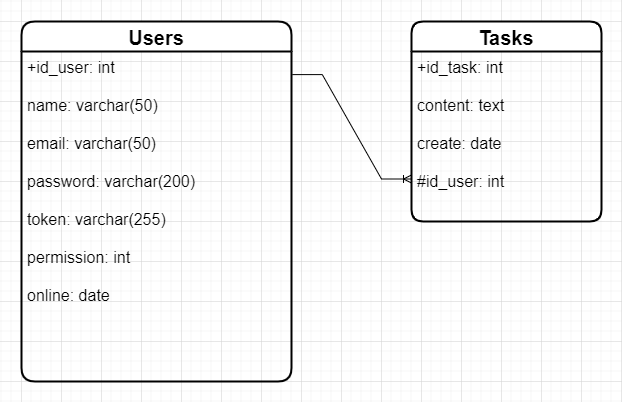
Earlier version of the draw.io export database/ERD_ToDoApp.drawio.png (ducna0610/to-do-app). Source tidied: cells renumbered, new cells last; positions are measured from the earlier drawing's top-left corner, leaving out a move shared by most shapes. Source of this version:
```xml
<mxGraphModel>
  <root>
    <mxCell id="0" />
    <mxCell id="1" parent="0" />
    <mxCell id="2" value="Users" style="swimlane;horizontal=1;startSize=30;rounded=1;fontSize=20;fontStyle=1;strokeWidth=2;shadow=0;dashed=0;align=center;" parent="1" vertex="1">
      <mxGeometry width="270" height="360" as="geometry" />
    </mxCell>
    <mxCell id="3" value="+id_user: int&#10;&#10;name: varchar(50)&#10;&#10;email: varchar(50)&#10;&#10;password: varchar(200)&#10;&#10;token: varchar(255)&#10;&#10;permission: int&#10;&#10;online: date" style="align=left;strokeColor=none;fillColor=none;spacingLeft=4;fontSize=16;verticalAlign=top;" parent="2" vertex="1">
      <mxGeometry y="30" width="270" height="330" as="geometry" />
    </mxCell>
    <mxCell id="4" value="Tasks" style="swimlane;horizontal=1;startSize=30;rounded=1;fontSize=20;fontStyle=1;strokeWidth=2;shadow=0;dashed=0;align=center;arcSize=13;" parent="1" vertex="1">
      <mxGeometry x="390" width="190" height="200" as="geometry" />
    </mxCell>
    <mxCell id="5" value="+id_task: int&#10;&#10;content: text&#10;&#10;create: date&#10;&#10;#id_user: int" style="align=left;strokeColor=none;fillColor=none;spacingLeft=4;fontSize=16;verticalAlign=top;" parent="4" vertex="1">
      <mxGeometry y="30" width="190" height="170" as="geometry" />
    </mxCell>
    <mxCell id="6" style="edgeStyle=entityRelationEdgeStyle;fontSize=12;html=1;endArrow=ERoneToMany;rounded=0;entryX=0;entryY=0.75;entryDx=0;entryDy=0;exitX=1.003;exitY=0.07;exitDx=0;exitDy=0;exitPerimeter=0;" parent="1" edge="1" source="3" target="5">
      <mxGeometry relative="1" as="geometry" />
    </mxCell>
  </root>
</mxGraphModel>
```
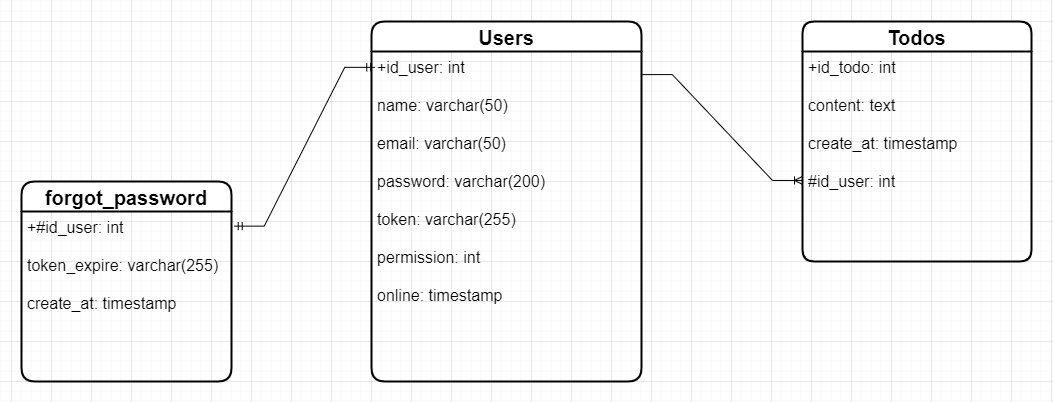
Later version of the same file.

What changed in the source:
```diff
@@ -3,19 +3,28 @@
     <mxCell id="0" />
     <mxCell id="1" parent="0" />
     <mxCell id="2" value="Users" style="swimlane;horizontal=1;startSize=30;rounded=1;fontSize=20;fontStyle=1;strokeWidth=2;shadow=0;dashed=0;align=center;" parent="1" vertex="1">
-      <mxGeometry width="270" height="360" as="geometry" />
+      <mxGeometry x="200" width="270" height="360" as="geometry" />
     </mxCell>
-    <mxCell id="3" value="+id_user: int&#10;&#10;name: varchar(50)&#10;&#10;email: varchar(50)&#10;&#10;password: varchar(200)&#10;&#10;token: varchar(255)&#10;&#10;permission: int&#10;&#10;online: date" style="align=left;strokeColor=none;fillColor=none;spacingLeft=4;fontSize=16;verticalAlign=top;" parent="2" vertex="1">
+    <mxCell id="3" value="+id_user: int&#10;&#10;name: varchar(50)&#10;&#10;email: varchar(50)&#10;&#10;password: varchar(200)&#10;&#10;token: varchar(255)&#10;&#10;permission: int&#10;&#10;online: timestamp" style="align=left;strokeColor=none;fillColor=none;spacingLeft=4;fontSize=16;verticalAlign=top;" parent="2" vertex="1">
       <mxGeometry y="30" width="270" height="330" as="geometry" />
     </mxCell>
-    <mxCell id="4" value="Tasks" style="swimlane;horizontal=1;startSize=30;rounded=1;fontSize=20;fontStyle=1;strokeWidth=2;shadow=0;dashed=0;align=center;arcSize=13;" parent="1" vertex="1">
-      <mxGeometry x="390" width="190" height="200" as="geometry" />
+    <mxCell id="4" value="Todos" style="swimlane;horizontal=1;startSize=30;rounded=1;fontSize=20;fontStyle=1;strokeWidth=2;shadow=0;dashed=0;align=center;arcSize=13;" parent="1" vertex="1">
+      <mxGeometry x="631" width="229" height="240" as="geometry" />
     </mxCell>
-    <mxCell id="5" value="+id_task: int&#10;&#10;content: text&#10;&#10;create: date&#10;&#10;#id_user: int" style="align=left;strokeColor=none;fillColor=none;spacingLeft=4;fontSize=16;verticalAlign=top;" parent="4" vertex="1">
-      <mxGeometry y="30" width="190" height="170" as="geometry" />
+    <mxCell id="5" value="+id_todo: int&#10;&#10;content: text&#10;&#10;create_at: timestamp&#10;&#10;#id_user: int" style="align=left;strokeColor=none;fillColor=none;spacingLeft=4;fontSize=16;verticalAlign=top;" parent="4" vertex="1">
+      <mxGeometry y="30" width="229" height="210" as="geometry" />
     </mxCell>
-    <mxCell id="6" style="edgeStyle=entityRelationEdgeStyle;fontSize=12;html=1;endArrow=ERoneToMany;rounded=0;entryX=0;entryY=0.75;entryDx=0;entryDy=0;exitX=1.003;exitY=0.07;exitDx=0;exitDy=0;exitPerimeter=0;" parent="1" edge="1" source="3" target="5">
+    <mxCell id="6" style="edgeStyle=entityRelationEdgeStyle;fontSize=12;html=1;endArrow=ERoneToMany;rounded=0;entryX=0;entryY=0.614;entryDx=0;entryDy=0;exitX=1.003;exitY=0.07;exitDx=0;exitDy=0;exitPerimeter=0;entryPerimeter=0;" parent="1" edge="1" source="3" target="5">
       <mxGeometry relative="1" as="geometry" />
     </mxCell>
+    <mxCell id="7" value="forgot_password" style="swimlane;horizontal=1;startSize=30;rounded=1;fontSize=20;fontStyle=1;strokeWidth=2;shadow=0;dashed=0;align=center;" parent="1" vertex="1">
+      <mxGeometry x="-150" y="160" width="210" height="200" as="geometry" />
+    </mxCell>
+    <mxCell id="8" value="+#id_user: int&#10;&#10;token_expire: varchar(255)&#10;&#10;create_at: timestamp&#10;&#10;" style="align=left;strokeColor=none;fillColor=none;spacingLeft=4;fontSize=16;verticalAlign=top;" parent="7" vertex="1">
+      <mxGeometry y="30" width="210" height="170" as="geometry" />
+    </mxCell>
+    <mxCell id="9" style="edgeStyle=entityRelationEdgeStyle;fontSize=12;html=1;endArrow=ERmandOne;startArrow=ERmandOne;rounded=0;entryX=0.012;entryY=0.048;entryDx=0;entryDy=0;entryPerimeter=0;exitX=1.013;exitY=0.086;exitDx=0;exitDy=0;exitPerimeter=0;" parent="1" edge="1" source="8" target="3">
+      <mxGeometry relative="1" as="geometry" />
+    </mxCell>
   </root>
 </mxGraphModel>
```
